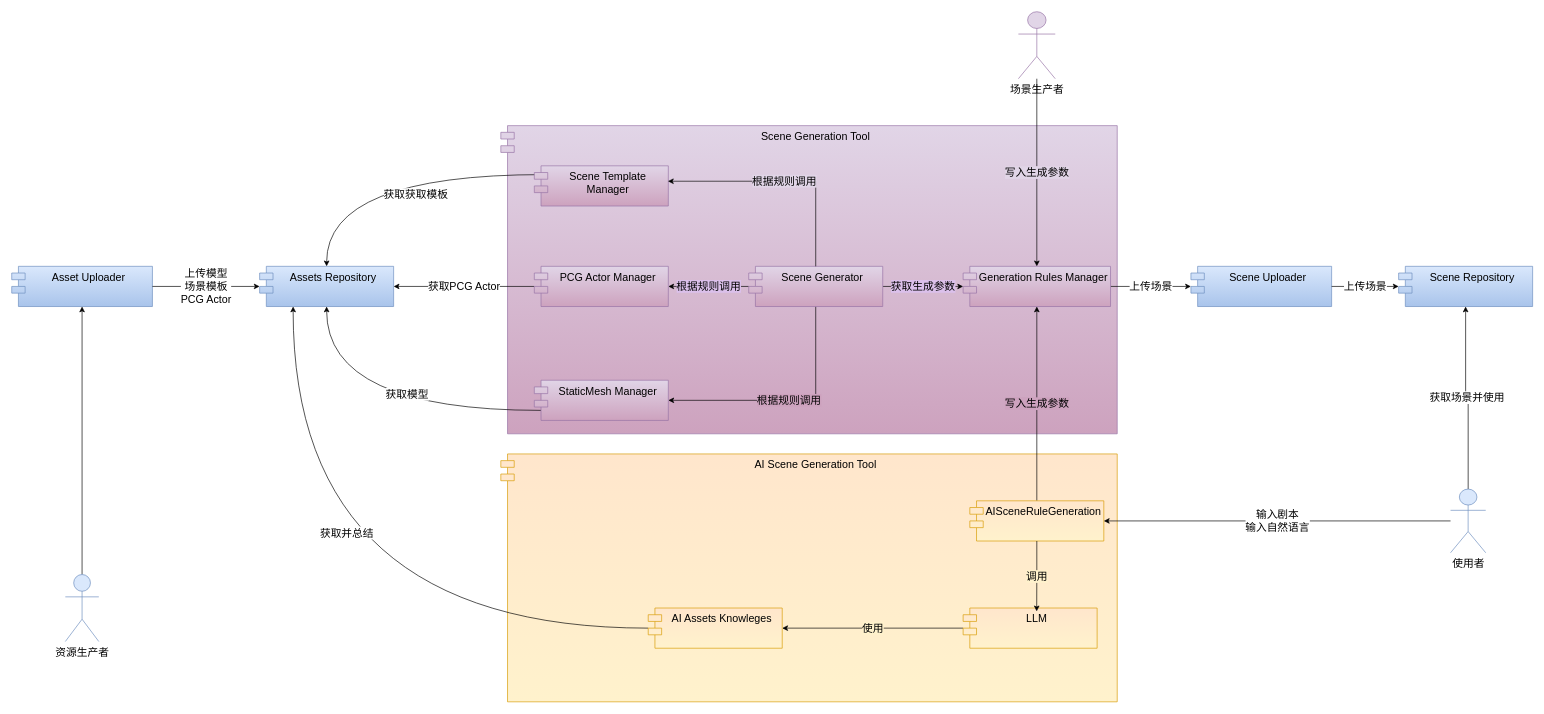
Above: page "第 3 页" (3 of 3) of UE.drawio in kwhitestone/drawio (draw.io), before the change. Source tidied: cells renumbered, new cells numbered last; positions are measured from the earlier drawing's top-left corner, leaving out a move shared by most shapes. Both pictures are drawn from the tidied source at 67%, with x=0, y=0 at pixel (11, 11).
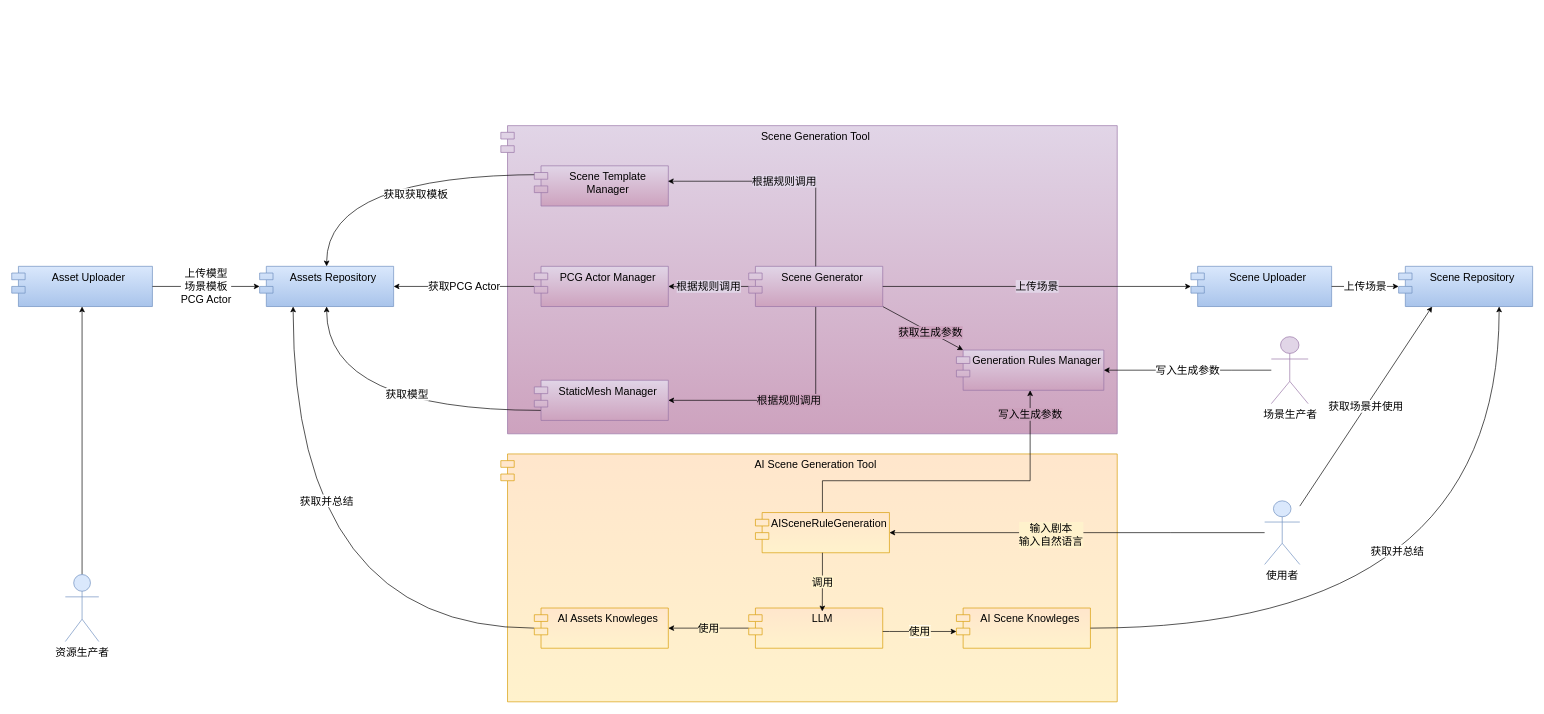
The same diagram, later.

The change refers to these unchanged cells:
```xml
<mxCell id="5" value="PCG Actor Manager" style="shape=module;align=left;spacingLeft=20;align=center;verticalAlign=top;whiteSpace=wrap;html=1;fontSize=16;fillColor=#e1d5e7;strokeColor=#9673a6;fillStyle=auto;gradientColor=#CDA2BE;" parent="1" vertex="1">
  <mxGeometry x="780" y="380" width="200" height="60" as="geometry" />
</mxCell>
<mxCell id="6" value="Assets Repository" style="shape=module;align=left;spacingLeft=20;align=center;verticalAlign=top;whiteSpace=wrap;html=1;fontSize=16;fillColor=#dae8fc;strokeColor=#6c8ebf;gradientColor=#A9C4EB;" parent="1" vertex="1">
  <mxGeometry x="370" y="380" width="200" height="60" as="geometry" />
</mxCell>
<mxCell id="16" value="Scene Generator" style="shape=module;align=left;spacingLeft=20;align=center;verticalAlign=top;whiteSpace=wrap;html=1;fontSize=16;fillColor=#e1d5e7;strokeColor=#9673a6;fillStyle=auto;gradientColor=#CDA2BE;" parent="1" vertex="1">
  <mxGeometry x="1100" y="380" width="200" height="60" as="geometry" />
</mxCell>
<mxCell id="34" value="Scene Repository" style="shape=module;align=left;spacingLeft=20;align=center;verticalAlign=top;whiteSpace=wrap;html=1;fontSize=16;fillColor=#dae8fc;strokeColor=#6c8ebf;gradientColor=#A9C4EB;" parent="1" vertex="1">
  <mxGeometry x="2070" y="380" width="200" height="60" as="geometry" />
</mxCell>
<mxCell id="35" value="Scene Uploader" style="shape=module;align=left;spacingLeft=20;align=center;verticalAlign=top;whiteSpace=wrap;html=1;fontSize=16;fillColor=#dae8fc;strokeColor=#6c8ebf;gradientColor=#A9C4EB;" parent="1" vertex="1">
  <mxGeometry x="1760" y="380" width="210" height="60" as="geometry" />
</mxCell>
```

Change to the diagram source:
```diff
@@
-    <mxCell id="13" value="根据规则调用" style="edgeStyle=orthogonalEdgeStyle;rounded=0;jettySize=auto;html=1;entryX=1;entryY=0.5;entryDx=0;entryDy=0;fontSize=16;labelBackgroundColor=#DBC0EB;" parent="1" edge="1" source="16" target="5">
+    <mxCell id="13" value="根据规则调用" style="edgeStyle=orthogonalEdgeStyle;rounded=0;jettySize=auto;html=1;entryX=1;entryY=0.5;entryDx=0;entryDy=0;fontSize=16;labelBackgroundColor=#E1D5E7;" parent="1" edge="1" source="16" target="5">
       <mxGeometry relative="1" as="geometry" />
     </mxCell>
@@
-    <mxCell id="15" value="获取生成参数" style="edgeStyle=orthogonalEdgeStyle;rounded=0;jettySize=auto;html=1;fontSize=16;labelBackgroundColor=#DBC0EB;" parent="1" edge="1" source="16" target="20">
-      <mxGeometry relative="1" as="geometry" />
+    <mxCell id="15" value="获取生成参数" style="rounded=0;jettySize=auto;html=1;fontSize=16;labelBackgroundColor=#CDA2BE;exitX=1;exitY=1;exitDx=0;exitDy=0;entryX=0;entryY=0;entryDx=10;entryDy=0;entryPerimeter=0;" parent="1" edge="1" source="16" target="20">
+      <mxGeometry x="0.19" relative="1" as="geometry" />
     </mxCell>
@@
-    <mxCell id="19" value="上传场景" style="edgeStyle=orthogonalEdgeStyle;rounded=0;jettySize=auto;html=1;fontSize=16;" parent="1" edge="1" source="20" target="35">
+    <mxCell id="19" value="上传场景" style="edgeStyle=orthogonalEdgeStyle;rounded=0;jettySize=auto;html=1;fontSize=16;exitX=1;exitY=0.5;exitDx=0;exitDy=0;labelBackgroundColor=#E1D5E7;" parent="1" edge="1" source="16" target="35">
       <mxGeometry relative="1" as="geometry" />
     </mxCell>
     <mxCell id="20" value="Generation Rules Manager" style="shape=module;align=left;spacingLeft=20;align=center;verticalAlign=top;whiteSpace=wrap;html=1;fontSize=16;fillColor=#e1d5e7;strokeColor=#9673a6;fillStyle=auto;gradientColor=#CDA2BE;" parent="1" vertex="1">
-      <mxGeometry x="1420" y="380" width="220" height="60" as="geometry" />
+      <mxGeometry x="1410" y="505" width="220" height="60" as="geometry" />
     </mxCell>
@@
-    <mxCell id="23" value="写入生成参数" style="edgeStyle=orthogonalEdgeStyle;rounded=0;jettySize=auto;html=1;entryX=0.5;entryY=0;entryDx=0;entryDy=0;fontSize=16;labelBackgroundColor=#E1D5E7;" parent="1" edge="1" source="24" target="20">
-      <mxGeometry relative="1" as="geometry" />
+    <mxCell id="23" value="写入生成参数" style="edgeStyle=orthogonalEdgeStyle;rounded=0;jettySize=auto;html=1;fontSize=16;labelBackgroundColor=#FFFFFF;entryX=1;entryY=0.5;entryDx=0;entryDy=0;" parent="1" edge="1" source="24" target="20">
+      <mxGeometry relative="1" as="geometry">
+        <Array as="points">
+          <mxPoint x="1820" y="535" />
+          <mxPoint x="1820" y="535" />
+        </Array>
+      </mxGeometry>
     </mxCell>
     <mxCell id="24" value="场景生产者" style="shape=umlActor;verticalLabelPosition=bottom;verticalAlign=top;html=1;outlineConnect=0;fontSize=16;fillColor=#e1d5e7;strokeColor=#9673a6;" parent="1" vertex="1">
-      <mxGeometry x="1502.5" width="55" height="100" as="geometry" />
+      <mxGeometry x="1880" y="485" width="55" height="100" as="geometry" />
     </mxCell>
-    <mxCell id="25" value="写入生成参数" style="edgeStyle=orthogonalEdgeStyle;rounded=0;jettySize=auto;html=1;entryX=0.5;entryY=1;entryDx=0;entryDy=0;fontSize=16;labelBackgroundColor=#CDA2BE;" parent="1" edge="1" source="26" target="20">
-      <mxGeometry relative="1" as="geometry" />
+    <mxCell id="25" value="写入生成参数" style="edgeStyle=orthogonalEdgeStyle;rounded=0;jettySize=auto;html=1;entryX=0.5;entryY=1;entryDx=0;entryDy=0;fontSize=16;labelBackgroundColor=#CDA2BE;exitX=0.5;exitY=0;exitDx=0;exitDy=0;" parent="1" edge="1" source="26" target="20">
+      <mxGeometry x="0.86" relative="1" as="geometry">
+        <Array as="points">
+          <mxPoint x="1210" y="700" />
+          <mxPoint x="1520" y="700" />
+        </Array>
+        <mxPoint y="1" as="offset" />
+      </mxGeometry>
     </mxCell>
     <mxCell id="26" value="AISceneRuleGeneration" style="shape=module;align=left;spacingLeft=20;align=center;verticalAlign=top;whiteSpace=wrap;html=1;fontSize=16;fillColor=#ffe6cc;strokeColor=#d79b00;gradientColor=#FFF2CC;" parent="1" vertex="1">
-      <mxGeometry x="1430" y="730" width="200" height="60" as="geometry" />
+      <mxGeometry x="1110" y="747.5" width="200" height="60" as="geometry" />
     </mxCell>
@@
     <mxCell id="28" value="LLM" style="shape=module;align=left;spacingLeft=20;align=center;verticalAlign=top;whiteSpace=wrap;html=1;fontSize=16;fillColor=#ffe6cc;strokeColor=#d79b00;gradientColor=#FFF2CC;" parent="1" vertex="1">
-      <mxGeometry x="1420" y="890" width="200" height="60" as="geometry" />
+      <mxGeometry x="1100" y="890" width="200" height="60" as="geometry" />
     </mxCell>
-    <mxCell id="29" value="输入剧本&lt;div style=&quot;font-size: 16px;&quot;&gt;输入自然语言&lt;/div&gt;" style="edgeStyle=orthogonalEdgeStyle;rounded=0;jettySize=auto;html=1;entryX=1;entryY=0.5;entryDx=0;entryDy=0;fontSize=16;" parent="1" edge="1" source="31" target="26">
-      <mxGeometry relative="1" as="geometry" />
+    <mxCell id="29" value="输入剧本&lt;div style=&quot;font-size: 16px;&quot;&gt;输入自然语言&lt;/div&gt;" style="edgeStyle=orthogonalEdgeStyle;rounded=0;jettySize=auto;html=1;entryX=1;entryY=0.5;entryDx=0;entryDy=0;fontSize=16;labelBackgroundColor=#FFF2CC;" parent="1" edge="1" source="31" target="26">
+      <mxGeometry x="0.14" y="3" relative="1" as="geometry">
+        <Array as="points">
+          <mxPoint x="1729" y="778" />
+        </Array>
+      </mxGeometry>
     </mxCell>
-    <mxCell id="30" value="获取场景并使用" style="edgeStyle=orthogonalEdgeStyle;rounded=0;jettySize=auto;html=1;entryX=0.5;entryY=1;entryDx=0;entryDy=0;fontSize=16;" parent="1" edge="1" source="31" target="34">
+    <mxCell id="30" value="获取场景并使用" style="rounded=0;jettySize=auto;html=1;entryX=0.25;entryY=1;entryDx=0;entryDy=0;fontSize=16;" parent="1" edge="1" source="31" target="34">
       <mxGeometry relative="1" as="geometry" />
     </mxCell>
     <mxCell id="31" value="使用者" style="shape=umlActor;verticalLabelPosition=bottom;verticalAlign=top;html=1;outlineConnect=0;fontSize=16;fillColor=#dae8fc;strokeColor=#6c8ebf;" parent="1" vertex="1">
-      <mxGeometry x="2147.5" y="712.5" width="52.5" height="95" as="geometry" />
+      <mxGeometry x="1870" y="730" width="52.5" height="95" as="geometry" />
     </mxCell>
     <mxCell id="32" value="获取并总结" style="rounded=0;jettySize=auto;html=1;entryX=0.25;entryY=1;entryDx=0;entryDy=0;fontSize=16;edgeStyle=orthogonalEdgeStyle;curved=1;" parent="1" edge="1" source="33" target="6">
-      <mxGeometry x="0.33" y="-80" relative="1" as="geometry" />
+      <mxGeometry x="0.31" y="-50" relative="1" as="geometry" />
     </mxCell>
     <mxCell id="33" value="AI Assets Knowleges" style="shape=module;align=left;spacingLeft=20;align=center;verticalAlign=top;whiteSpace=wrap;html=1;fontSize=16;fillColor=#ffe6cc;strokeColor=#d79b00;gradientColor=#FFF2CC;" parent="1" vertex="1">
-      <mxGeometry x="950" y="890" width="200" height="60" as="geometry" />
+      <mxGeometry x="780" y="890" width="200" height="60" as="geometry" />
     </mxCell>
@@
+    <mxCell id="38" value="AI Scene Knowleges" style="shape=module;align=left;spacingLeft=20;align=center;verticalAlign=top;whiteSpace=wrap;html=1;fontSize=16;fillColor=#ffe6cc;strokeColor=#d79b00;gradientColor=#FFF2CC;" parent="1" vertex="1">
+      <mxGeometry x="1410" y="890" width="200" height="60" as="geometry" />
+    </mxCell>
+    <mxCell id="39" value="&lt;span style=&quot;font-size: 16px; background-color: rgb(255, 242, 204);&quot;&gt;使用&lt;/span&gt;" style="edgeStyle=orthogonalEdgeStyle;rounded=0;jettySize=auto;html=1;entryX=0;entryY=0;entryDx=0;entryDy=35;entryPerimeter=0;" parent="1" edge="1" source="28" target="38">
+      <mxGeometry relative="1" as="geometry">
+        <Array as="points">
+          <mxPoint x="1310" y="925" />
+          <mxPoint x="1310" y="925" />
+        </Array>
+      </mxGeometry>
+    </mxCell>
+    <mxCell id="40" value="&lt;span style=&quot;font-size: 16px;&quot;&gt;获取并总结&lt;/span&gt;" style="edgeStyle=orthogonalEdgeStyle;rounded=0;jettySize=auto;html=1;entryX=0.75;entryY=1;entryDx=0;entryDy=0;curved=1;" parent="1" edge="1" source="38" target="34">
+      <mxGeometry x="-0.16" y="115" relative="1" as="geometry" />
+    </mxCell>
```
